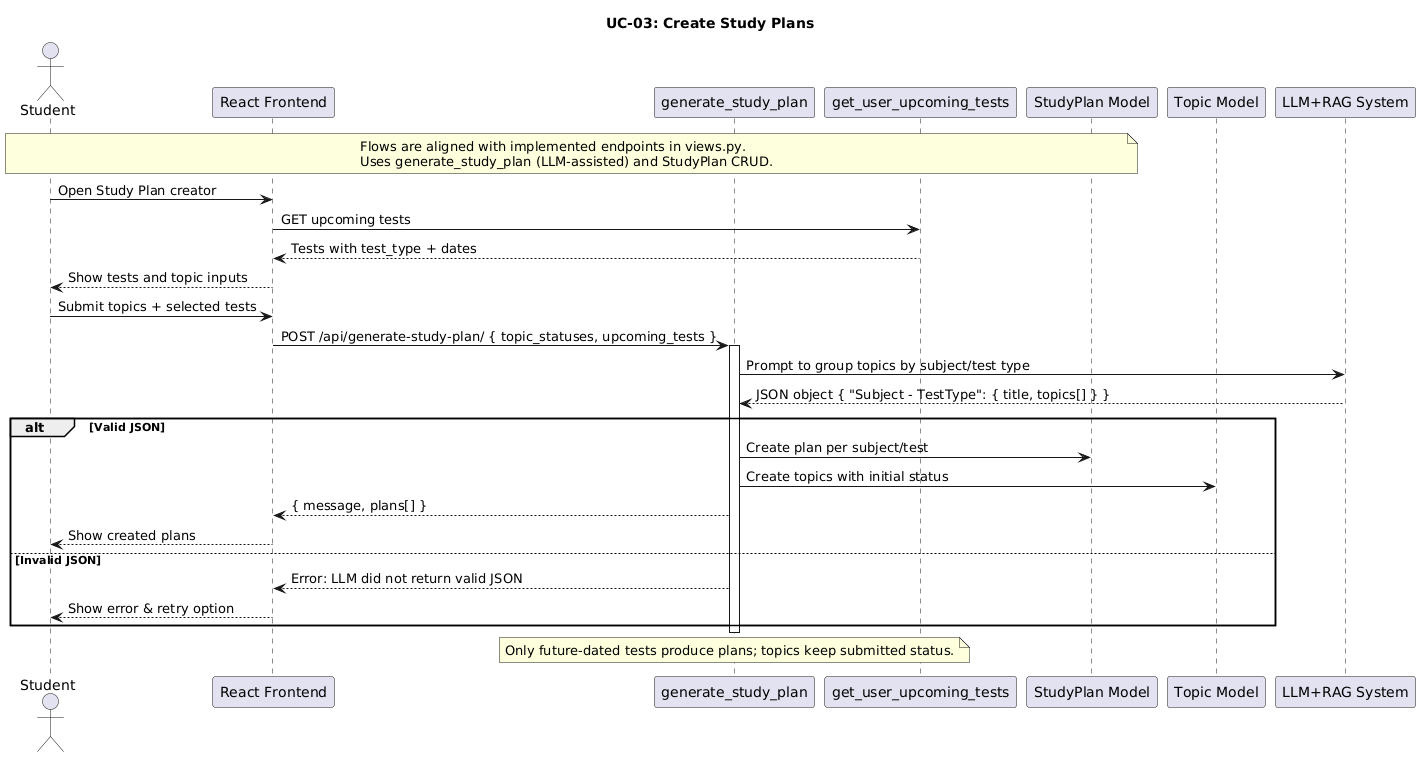
Earlier version of the PlantUML export planttext/us3-v1.png (MMMustafakamran/SDs).
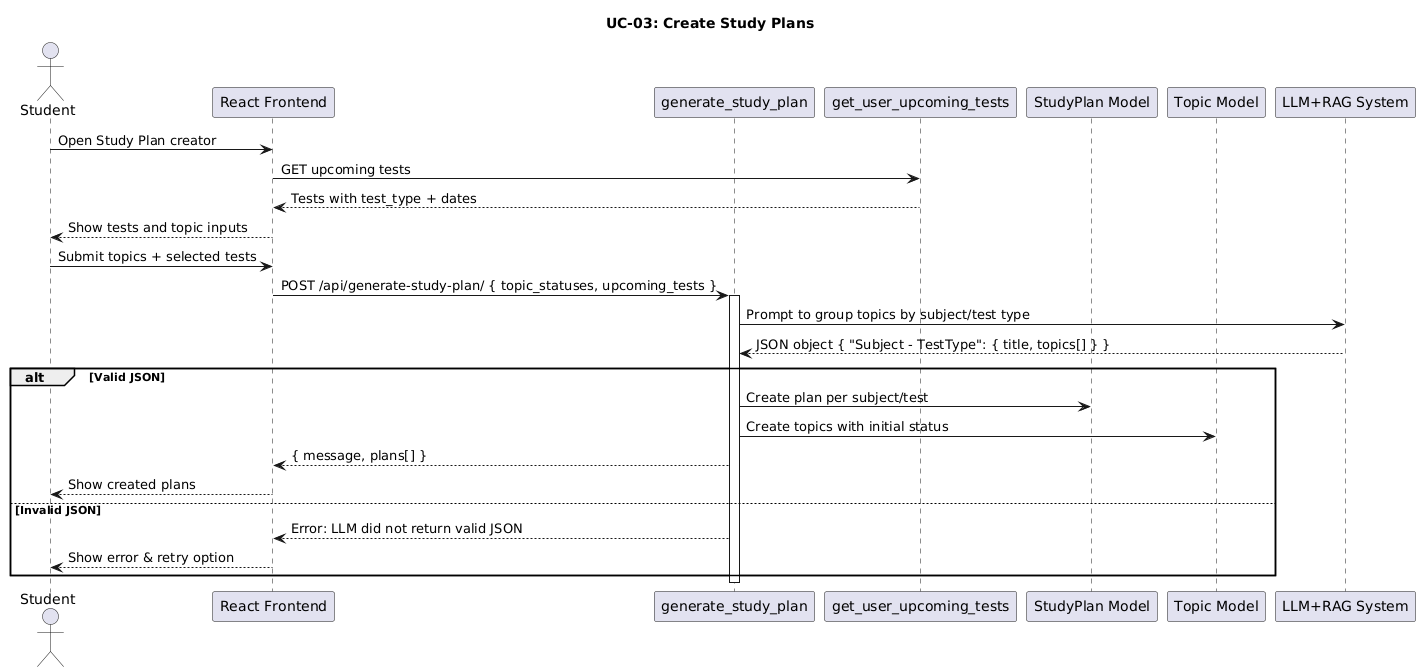
Above is the later version.

Diff of the diagram source:
```diff
@@ -9,10 +9,7 @@
 participant Topic as "Topic Model"
 participant LLM as "LLM+RAG System"
 
-note over Student, StudyPlan
-Flows are aligned with implemented endpoints in views.py.
-Uses generate_study_plan (LLM-assisted) and StudyPlan CRUD.
-end note
+
 
 Student -> Frontend : Open Study Plan creator
 Frontend -> UpcomingTestAPI : GET upcoming tests
@@ -35,8 +32,4 @@
     Frontend --> Student : Show error & retry option
 end
 deactivate StudyPlanAPI
-
-note over StudyPlanAPI
-Only future-dated tests produce plans; topics keep submitted status.
-end note
 @enduml
```
